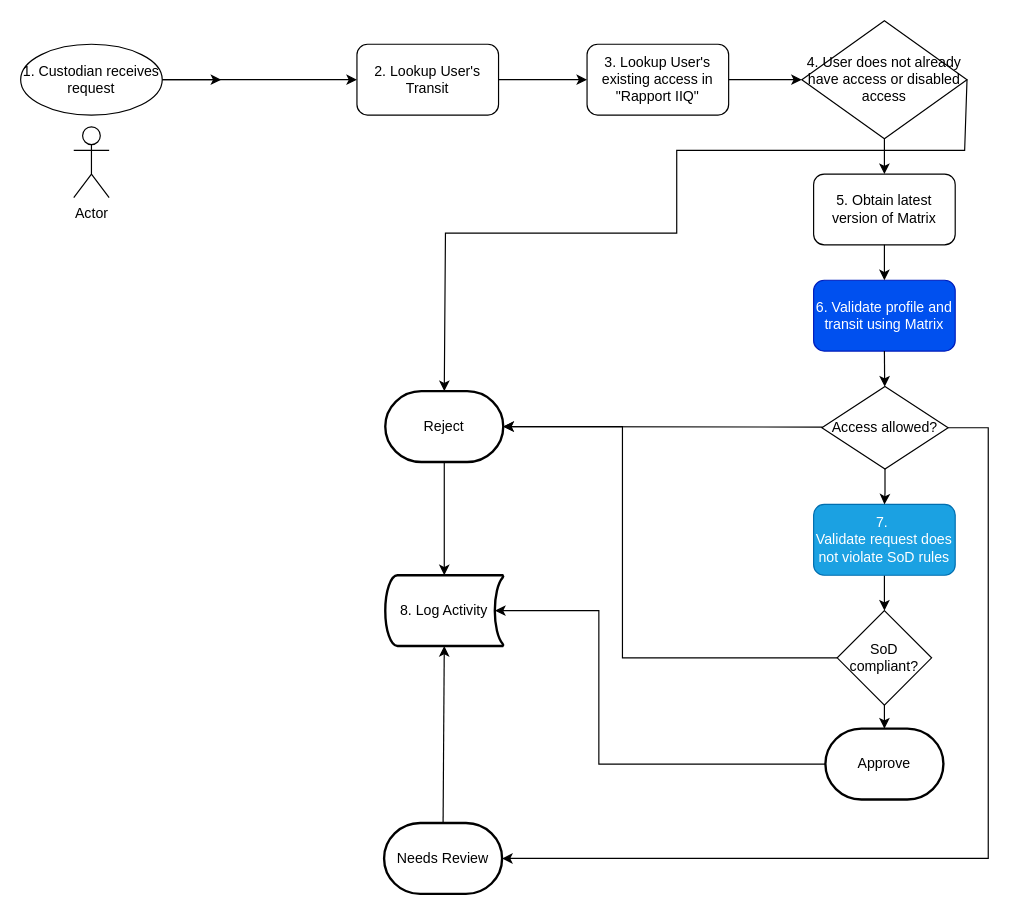
Above: CustodianWorkflow.drawio in michaelbarbara/ai-agents-for-beginners (draw.io), before the change. Source tidied: cells renumbered, new cells numbered last; positions are measured from the earlier drawing's top-left corner, leaving out a move shared by most shapes. Both pictures are drawn from the tidied source at 118%, with x=0, y=0 at pixel (20, 20).
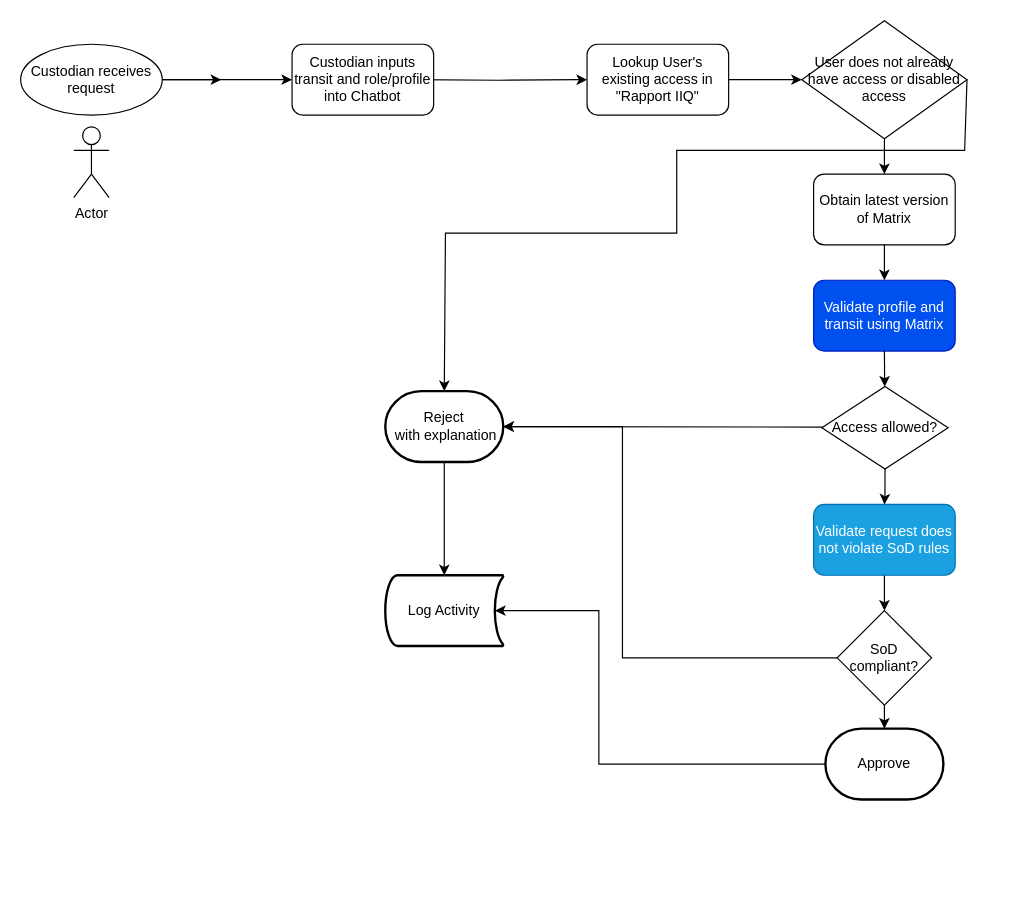
Above is the later version.

The change refers to these unchanged cells:
```xml
<mxCell id="12" value="Access allowed?" style="rhombus;whiteSpace=wrap;html=1;" parent="1" vertex="1">
  <mxGeometry x="679" y="310" width="107" height="70" as="geometry" />
</mxCell>
```

Change to the diagram source:
```diff
@@
-    <mxCell id="3" value="6. Validate profile and transit using Matrix" style="rounded=1;whiteSpace=wrap;html=1;fillColor=#0050ef;fontColor=#ffffff;strokeColor=#001DBC;" parent="1" vertex="1">
+    <mxCell id="3" value="Validate profile and transit using Matrix" style="rounded=1;whiteSpace=wrap;html=1;fillColor=#0050ef;fontColor=#ffffff;strokeColor=#001DBC;" parent="1" vertex="1">
       <mxGeometry x="672" y="220" width="120" height="60" as="geometry" />
     </mxCell>
@@
-    <mxCell id="5" value="7.&amp;nbsp;&lt;div&gt;Validate request does not violate SoD rules&lt;/div&gt;" style="rounded=1;whiteSpace=wrap;html=1;fillColor=#1ba1e2;fontColor=#ffffff;strokeColor=#006EAF;" parent="1" vertex="1">
+    <mxCell id="5" value="&lt;div&gt;Validate request does not violate SoD rules&lt;/div&gt;" style="rounded=1;whiteSpace=wrap;html=1;fillColor=#1ba1e2;fontColor=#ffffff;strokeColor=#006EAF;" parent="1" vertex="1">
       <mxGeometry x="672" y="410" width="120" height="60" as="geometry" />
     </mxCell>
-    <mxCell id="6" style="edgeStyle=orthogonalEdgeStyle;rounded=0;jettySize=auto;html=1;" parent="1" edge="1" source="7" target="20">
+    <mxCell id="6" style="edgeStyle=orthogonalEdgeStyle;rounded=0;jettySize=auto;html=1;" parent="1" edge="1" source="7" target="33">
       <mxGeometry relative="1" as="geometry" />
     </mxCell>
-    <mxCell id="7" value="1. Custodian receives request" style="ellipse;whiteSpace=wrap;html=1;" parent="1" vertex="1">
+    <mxCell id="7" value="Custodian receives request" style="ellipse;whiteSpace=wrap;html=1;" parent="1" vertex="1">
       <mxGeometry y="20" width="120" height="60" as="geometry" />
     </mxCell>
@@
-    <mxCell id="10" value="&lt;div&gt;4. User does not already have access or disabled access&lt;/div&gt;" style="rhombus;whiteSpace=wrap;html=1;" parent="1" vertex="1">
+    <mxCell id="10" value="&lt;div&gt;User does not already have access or disabled access&lt;/div&gt;" style="rhombus;whiteSpace=wrap;html=1;" parent="1" vertex="1">
       <mxGeometry x="662" width="140" height="100" as="geometry" />
     </mxCell>
@@
-    <mxCell id="17" value="8. Log Activity" style="strokeWidth=2;html=1;shape=mxgraph.flowchart.stored_data;whiteSpace=wrap;" parent="1" vertex="1">
+    <mxCell id="17" value="Log Activity" style="strokeWidth=2;html=1;shape=mxgraph.flowchart.stored_data;whiteSpace=wrap;" parent="1" vertex="1">
       <mxGeometry x="309" y="470" width="100" height="60" as="geometry" />
     </mxCell>
@@
-    <mxCell id="19" style="edgeStyle=orthogonalEdgeStyle;rounded=0;jettySize=auto;html=1;" parent="1" edge="1" source="20" target="21">
-      <mxGeometry relative="1" as="geometry" />
+    <mxCell id="19" style="edgeStyle=orthogonalEdgeStyle;rounded=0;jettySize=auto;html=1;" parent="1" edge="1" target="21">
+      <mxGeometry relative="1" as="geometry">
+        <mxPoint x="330" y="50" as="sourcePoint" />
+      </mxGeometry>
     </mxCell>
-    <mxCell id="20" value="2. Lookup User's Transit" style="rounded=1;whiteSpace=wrap;html=1;" parent="1" vertex="1">
-      <mxGeometry x="285" y="20" width="120" height="60" as="geometry" />
-    </mxCell>
-    <mxCell id="21" value="3. Lookup User's existing access in &quot;Rapport IIQ&quot;" style="rounded=1;whiteSpace=wrap;html=1;" parent="1" vertex="1">
+    <mxCell id="21" value="Lookup User's existing access in &quot;Rapport IIQ&quot;" style="rounded=1;whiteSpace=wrap;html=1;" parent="1" vertex="1">
       <mxGeometry x="480" y="20" width="120" height="60" as="geometry" />
     </mxCell>
-    <mxCell id="22" value="Needs Review" style="strokeWidth=2;html=1;shape=mxgraph.flowchart.terminator;whiteSpace=wrap;" parent="1" vertex="1">
-      <mxGeometry x="308" y="680" width="100" height="60" as="geometry" />
-    </mxCell>
-    <mxCell id="23" style="endArrow=classic;html=1;rounded=0;exitX=1;exitY=0.5;exitDx=0;exitDy=0;entryX=1;entryY=0.5;entryDx=0;entryDy=0;entryPerimeter=0;" parent="1" edge="1" source="12" target="22">
-      <mxGeometry relative="1" as="geometry">
-        <Array as="points">
-          <mxPoint x="820" y="345" />
-          <mxPoint x="820" y="710" />
-        </Array>
-      </mxGeometry>
-    </mxCell>
-    <mxCell id="24" value="&lt;div&gt;Reject&lt;/div&gt;" style="strokeWidth=2;html=1;shape=mxgraph.flowchart.terminator;whiteSpace=wrap;" parent="1" vertex="1">
+    <mxCell id="24" value="&lt;div&gt;Reject&lt;/div&gt;&amp;nbsp;with explanation" style="strokeWidth=2;html=1;shape=mxgraph.flowchart.terminator;whiteSpace=wrap;" parent="1" vertex="1">
       <mxGeometry x="309" y="314" width="100" height="60" as="geometry" />
     </mxCell>
@@
-    <mxCell id="27" style="endArrow=classic;html=1;rounded=0;exitX=0.5;exitY=0;exitDx=0;exitDy=0;exitPerimeter=0;entryX=0.5;entryY=1;entryDx=0;entryDy=0;entryPerimeter=0;" parent="1" edge="1" source="22" target="17">
-      <mxGeometry relative="1" as="geometry" />
-    </mxCell>
@@
-    <mxCell id="29" value="5. Obtain latest version of Matrix" style="rounded=1;whiteSpace=wrap;html=1;" parent="1" vertex="1">
+    <mxCell id="29" value="Obtain latest version of Matrix" style="rounded=1;whiteSpace=wrap;html=1;" parent="1" vertex="1">
       <mxGeometry x="672" y="130" width="120" height="60" as="geometry" />
     </mxCell>
@@
+    <mxCell id="33" value="Custodian inputs transit and role/profile into Chatbot" style="rounded=1;whiteSpace=wrap;html=1;" parent="1" vertex="1">
+      <mxGeometry x="230" y="20" width="120" height="60" as="geometry" />
+    </mxCell>
```
